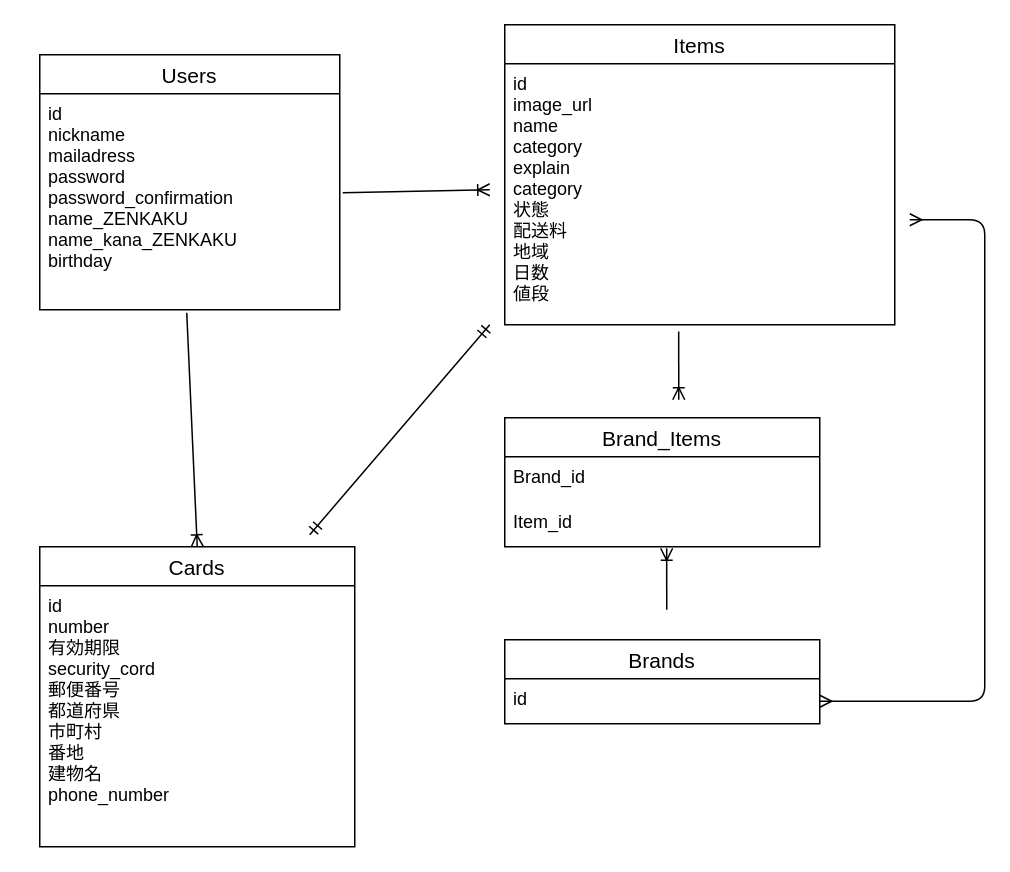
Above: app/views/furima.dio in shin224224/furima-34968 (draw.io), before the change. Source tidied: cells renumbered, new cells numbered last; positions are measured from the earlier drawing's top-left corner, leaving out a move shared by most shapes. Both pictures are drawn from the tidied source at 150%, with x=0, y=0 at pixel (39, 24).
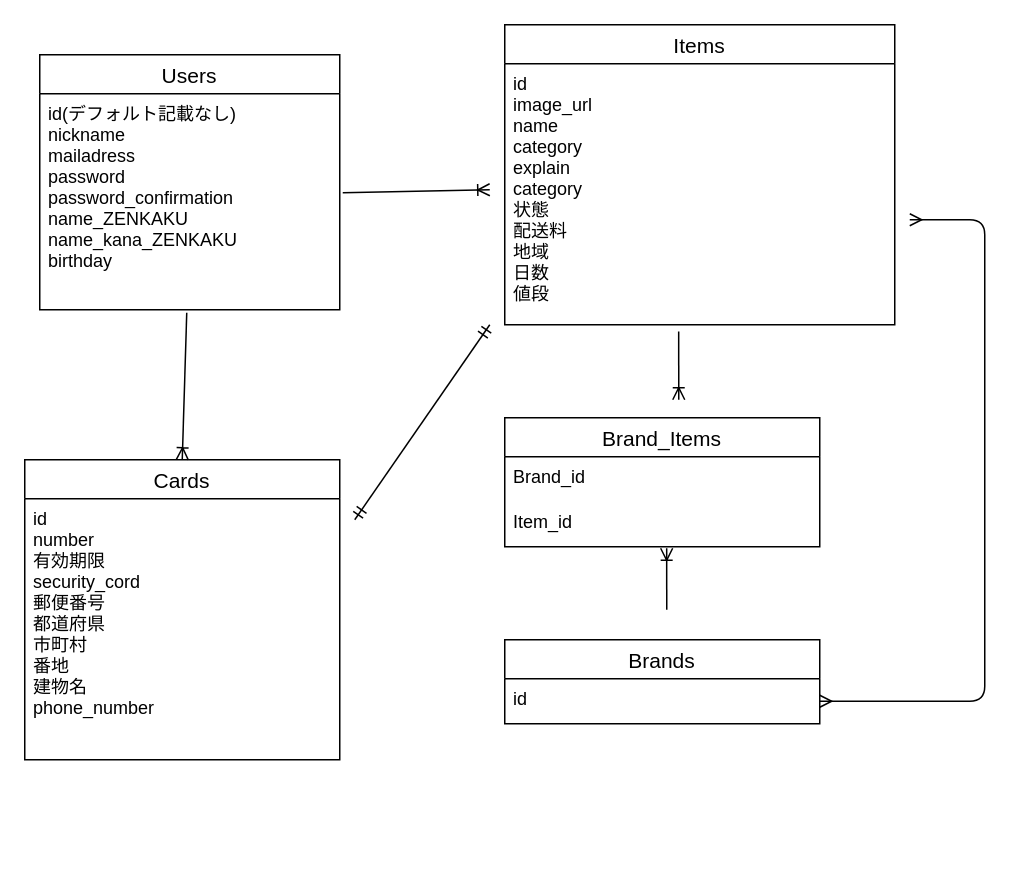
The same page after the edit.

Unchanged cells that the change refers to:
```xml
<mxCell id="2" value="Users" style="swimlane;fontStyle=0;horizontal=1;startSize=26;align=center;fontSize=14;" parent="1" vertex="1">
  <mxGeometry y="20" width="200" height="170" as="geometry" />
</mxCell>
```

Change to the diagram source:
```diff
@@
-    <mxCell id="3" value="id&#10;nickname&#10;mailadress&#10;password&#10;password_confirmation&#10;name_ZENKAKU&#10;name_kana_ZENKAKU&#10;birthday&#10;" style="text;strokeColor=none;fillColor=none;spacingLeft=4;spacingRight=4;overflow=hidden;points=[[0,0.5],[1,0.5]];portConstraint=eastwest;fontSize=12;" parent="2" vertex="1">
+    <mxCell id="3" value="id(デフォルト記載なし)&#10;nickname&#10;mailadress&#10;password&#10;password_confirmation&#10;name_ZENKAKU&#10;name_kana_ZENKAKU&#10;birthday&#10;" style="text;strokeColor=none;fillColor=none;spacingLeft=4;spacingRight=4;overflow=hidden;points=[[0,0.5],[1,0.5]];portConstraint=eastwest;fontSize=12;" parent="2" vertex="1">
       <mxGeometry y="26" width="200" height="144" as="geometry" />
     </mxCell>
@@
     <mxCell id="6" value="Cards" style="swimlane;fontStyle=0;horizontal=1;startSize=26;align=center;fontSize=14;" parent="1" vertex="1">
-      <mxGeometry y="348" width="210" height="200" as="geometry" />
+      <mxGeometry x="-10" y="290" width="210" height="200" as="geometry" />
     </mxCell>
@@
     <mxCell id="18" style="fontSize=12;html=1;endArrow=ERmandOne;startArrow=ERmandOne;" parent="1" edge="1">
       <mxGeometry relative="1" as="geometry">
-        <mxPoint x="180" y="340" as="sourcePoint" />
+        <mxPoint x="210" y="330" as="sourcePoint" />
         <mxPoint x="300" y="200" as="targetPoint" />
       </mxGeometry>
     </mxCell>
```
